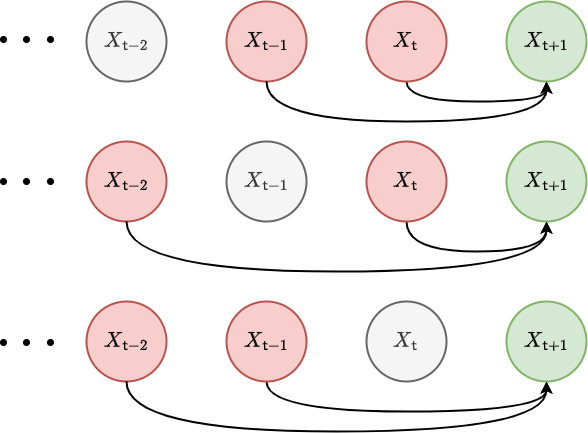
The draw.io diagram images/chapter-2-second-temporal-correlation.drawio.png in umbralcalc/worlds-of-observation, before a commit. Source tidied: cells renumbered, new cells last; positions are measured from the earlier drawing's top-left corner, leaving out a move shared by most shapes.
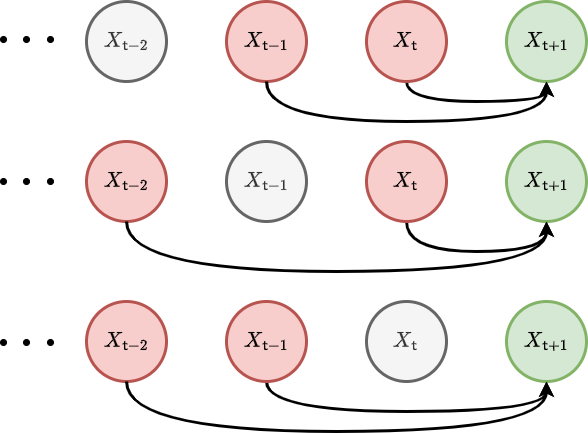
Above is the later version.

Commit message:
more details in online learning software and updated diagrams

The edit, as a diff of the source:
```diff
@@ -2,7 +2,7 @@
   <root>
     <mxCell id="0" />
     <mxCell id="1" parent="0" />
-    <mxCell id="2" style="curved=1;endArrow=classic;html=1;rounded=0;edgeStyle=orthogonalEdgeStyle;strokeWidth=2;exitX=0.5;exitY=1;exitDx=0;exitDy=0;" parent="1" edge="1" source="5">
+    <mxCell id="2" style="curved=1;endArrow=classic;html=1;rounded=0;edgeStyle=orthogonalEdgeStyle;strokeWidth=3;exitX=0.5;exitY=1;exitDx=0;exitDy=0;" parent="1" edge="1" source="5">
       <mxGeometry relative="1" as="geometry">
         <mxPoint x="546" y="80" as="targetPoint" />
         <Array as="points">
@@ -11,19 +11,19 @@
         </Array>
       </mxGeometry>
     </mxCell>
-    <mxCell id="3" value="&lt;font style=&quot;font-size: 18px;&quot;&gt;$$X_{{\sf t}-2}$$&lt;/font&gt;" style="ellipse;whiteSpace=wrap;html=1;strokeWidth=2;fillColor=#f5f5f5;fontColor=#333333;strokeColor=#666666;" parent="1" vertex="1">
+    <mxCell id="3" value="&lt;font style=&quot;font-size: 18px;&quot;&gt;$$X_{{\sf t}-2}$$&lt;/font&gt;" style="ellipse;whiteSpace=wrap;html=1;strokeWidth=3;fillColor=#f5f5f5;fontColor=#333333;strokeColor=#666666;" parent="1" vertex="1">
       <mxGeometry x="86" width="80" height="80" as="geometry" />
     </mxCell>
-    <mxCell id="4" value="&lt;font style=&quot;font-size: 18px;&quot;&gt;$$X_{{\sf t}-1}$$&lt;/font&gt;" style="ellipse;whiteSpace=wrap;html=1;strokeWidth=2;fillColor=#f8cecc;strokeColor=#b85450;" parent="1" vertex="1">
+    <mxCell id="4" value="&lt;font style=&quot;font-size: 18px;&quot;&gt;$$X_{{\sf t}-1}$$&lt;/font&gt;" style="ellipse;whiteSpace=wrap;html=1;strokeWidth=3;fillColor=#f8cecc;strokeColor=#b85450;" parent="1" vertex="1">
       <mxGeometry x="226" width="80" height="80" as="geometry" />
     </mxCell>
-    <mxCell id="5" value="&lt;font style=&quot;font-size: 18px;&quot;&gt;$$X_{{\sf t}}$$&lt;/font&gt;" style="ellipse;whiteSpace=wrap;html=1;strokeWidth=2;fillColor=#f8cecc;strokeColor=#b85450;" parent="1" vertex="1">
+    <mxCell id="5" value="&lt;font style=&quot;font-size: 18px;&quot;&gt;$$X_{{\sf t}}$$&lt;/font&gt;" style="ellipse;whiteSpace=wrap;html=1;strokeWidth=3;fillColor=#f8cecc;strokeColor=#b85450;" parent="1" vertex="1">
       <mxGeometry x="366" width="80" height="80" as="geometry" />
     </mxCell>
-    <mxCell id="6" value="&lt;font style=&quot;font-size: 18px;&quot;&gt;$$X_{{\sf t}+1}$$&lt;/font&gt;" style="ellipse;whiteSpace=wrap;html=1;strokeWidth=2;fillColor=#d5e8d4;strokeColor=#82b366;" parent="1" vertex="1">
+    <mxCell id="6" value="&lt;font style=&quot;font-size: 18px;&quot;&gt;$$X_{{\sf t}+1}$$&lt;/font&gt;" style="ellipse;whiteSpace=wrap;html=1;strokeWidth=3;fillColor=#d5e8d4;strokeColor=#82b366;" parent="1" vertex="1">
       <mxGeometry x="506" width="80" height="80" as="geometry" />
     </mxCell>
-    <mxCell id="7" style="curved=1;endArrow=classic;html=1;rounded=0;edgeStyle=orthogonalEdgeStyle;strokeWidth=2;exitX=0.5;exitY=1;exitDx=0;exitDy=0;" parent="1" edge="1" source="4">
+    <mxCell id="7" style="curved=1;endArrow=classic;html=1;rounded=0;edgeStyle=orthogonalEdgeStyle;strokeWidth=3;exitX=0.5;exitY=1;exitDx=0;exitDy=0;" parent="1" edge="1" source="4">
       <mxGeometry relative="1" as="geometry">
         <mxPoint x="546" y="80" as="targetPoint" />
         <Array as="points">
@@ -32,7 +32,7 @@
         </Array>
       </mxGeometry>
     </mxCell>
-    <mxCell id="8" style="curved=1;endArrow=classic;html=1;rounded=0;edgeStyle=orthogonalEdgeStyle;strokeWidth=2;exitX=0.5;exitY=1;exitDx=0;exitDy=0;" parent="1" edge="1" source="11">
+    <mxCell id="8" style="curved=1;endArrow=classic;html=1;rounded=0;edgeStyle=orthogonalEdgeStyle;strokeWidth=3;exitX=0.5;exitY=1;exitDx=0;exitDy=0;" parent="1" edge="1" source="11">
       <mxGeometry relative="1" as="geometry">
         <mxPoint x="546" y="220" as="targetPoint" />
         <Array as="points">
@@ -41,19 +41,19 @@
         </Array>
       </mxGeometry>
     </mxCell>
-    <mxCell id="9" value="&lt;font style=&quot;font-size: 18px;&quot;&gt;$$X_{{\sf t}-2}$$&lt;/font&gt;" style="ellipse;whiteSpace=wrap;html=1;strokeWidth=2;fillColor=#f8cecc;strokeColor=#b85450;" parent="1" vertex="1">
+    <mxCell id="9" value="&lt;font style=&quot;font-size: 18px;&quot;&gt;$$X_{{\sf t}-2}$$&lt;/font&gt;" style="ellipse;whiteSpace=wrap;html=1;strokeWidth=3;fillColor=#f8cecc;strokeColor=#b85450;" parent="1" vertex="1">
       <mxGeometry x="86" y="140" width="80" height="80" as="geometry" />
     </mxCell>
-    <mxCell id="10" value="&lt;font style=&quot;font-size: 18px;&quot;&gt;$$X_{{\sf t}-1}$$&lt;/font&gt;" style="ellipse;whiteSpace=wrap;html=1;strokeWidth=2;fillColor=#f5f5f5;strokeColor=#666666;fontColor=#333333;" parent="1" vertex="1">
+    <mxCell id="10" value="&lt;font style=&quot;font-size: 18px;&quot;&gt;$$X_{{\sf t}-1}$$&lt;/font&gt;" style="ellipse;whiteSpace=wrap;html=1;strokeWidth=3;fillColor=#f5f5f5;strokeColor=#666666;fontColor=#333333;" parent="1" vertex="1">
       <mxGeometry x="226" y="140" width="80" height="80" as="geometry" />
     </mxCell>
-    <mxCell id="11" value="&lt;font style=&quot;font-size: 18px;&quot;&gt;$$X_{{\sf t}}$$&lt;/font&gt;" style="ellipse;whiteSpace=wrap;html=1;strokeWidth=2;fillColor=#f8cecc;strokeColor=#b85450;" parent="1" vertex="1">
+    <mxCell id="11" value="&lt;font style=&quot;font-size: 18px;&quot;&gt;$$X_{{\sf t}}$$&lt;/font&gt;" style="ellipse;whiteSpace=wrap;html=1;strokeWidth=3;fillColor=#f8cecc;strokeColor=#b85450;" parent="1" vertex="1">
       <mxGeometry x="366" y="140" width="80" height="80" as="geometry" />
     </mxCell>
-    <mxCell id="12" value="&lt;font style=&quot;font-size: 18px;&quot;&gt;$$X_{{\sf t}+1}$$&lt;/font&gt;" style="ellipse;whiteSpace=wrap;html=1;strokeWidth=2;fillColor=#d5e8d4;strokeColor=#82b366;" parent="1" vertex="1">
+    <mxCell id="12" value="&lt;font style=&quot;font-size: 18px;&quot;&gt;$$X_{{\sf t}+1}$$&lt;/font&gt;" style="ellipse;whiteSpace=wrap;html=1;strokeWidth=3;fillColor=#d5e8d4;strokeColor=#82b366;" parent="1" vertex="1">
       <mxGeometry x="506" y="140" width="80" height="80" as="geometry" />
     </mxCell>
-    <mxCell id="13" style="curved=1;endArrow=classic;html=1;rounded=0;edgeStyle=orthogonalEdgeStyle;strokeWidth=2;exitX=0.5;exitY=1;exitDx=0;exitDy=0;" parent="1" edge="1" source="9">
+    <mxCell id="13" style="curved=1;endArrow=classic;html=1;rounded=0;edgeStyle=orthogonalEdgeStyle;strokeWidth=3;exitX=0.5;exitY=1;exitDx=0;exitDy=0;" parent="1" edge="1" source="9">
       <mxGeometry relative="1" as="geometry">
         <mxPoint x="546" y="220" as="targetPoint" />
         <Array as="points">
@@ -62,7 +62,7 @@
         </Array>
       </mxGeometry>
     </mxCell>
-    <mxCell id="14" style="curved=1;endArrow=classic;html=1;rounded=0;edgeStyle=orthogonalEdgeStyle;strokeWidth=2;exitX=0.5;exitY=1;exitDx=0;exitDy=0;" parent="1" edge="1" source="16">
+    <mxCell id="14" style="curved=1;endArrow=classic;html=1;rounded=0;edgeStyle=orthogonalEdgeStyle;strokeWidth=3;exitX=0.5;exitY=1;exitDx=0;exitDy=0;" parent="1" edge="1" source="16">
       <mxGeometry relative="1" as="geometry">
         <mxPoint x="546" y="380" as="targetPoint" />
         <Array as="points">
@@ -71,19 +71,19 @@
         </Array>
       </mxGeometry>
     </mxCell>
-    <mxCell id="15" value="&lt;font style=&quot;font-size: 18px;&quot;&gt;$$X_{{\sf t}-2}$$&lt;/font&gt;" style="ellipse;whiteSpace=wrap;html=1;strokeWidth=2;fillColor=#f8cecc;strokeColor=#b85450;" parent="1" vertex="1">
+    <mxCell id="15" value="&lt;font style=&quot;font-size: 18px;&quot;&gt;$$X_{{\sf t}-2}$$&lt;/font&gt;" style="ellipse;whiteSpace=wrap;html=1;strokeWidth=3;fillColor=#f8cecc;strokeColor=#b85450;" parent="1" vertex="1">
       <mxGeometry x="86" y="300" width="80" height="80" as="geometry" />
     </mxCell>
-    <mxCell id="16" value="&lt;font style=&quot;font-size: 18px;&quot;&gt;$$X_{{\sf t}-1}$$&lt;/font&gt;" style="ellipse;whiteSpace=wrap;html=1;strokeWidth=2;fillColor=#f8cecc;strokeColor=#b85450;" parent="1" vertex="1">
+    <mxCell id="16" value="&lt;font style=&quot;font-size: 18px;&quot;&gt;$$X_{{\sf t}-1}$$&lt;/font&gt;" style="ellipse;whiteSpace=wrap;html=1;strokeWidth=3;fillColor=#f8cecc;strokeColor=#b85450;" parent="1" vertex="1">
       <mxGeometry x="226" y="300" width="80" height="80" as="geometry" />
     </mxCell>
-    <mxCell id="17" value="&lt;font style=&quot;font-size: 18px;&quot;&gt;$$X_{{\sf t}}$$&lt;/font&gt;" style="ellipse;whiteSpace=wrap;html=1;strokeWidth=2;fillColor=#f5f5f5;strokeColor=#666666;fontColor=#333333;" parent="1" vertex="1">
+    <mxCell id="17" value="&lt;font style=&quot;font-size: 18px;&quot;&gt;$$X_{{\sf t}}$$&lt;/font&gt;" style="ellipse;whiteSpace=wrap;html=1;strokeWidth=3;fillColor=#f5f5f5;strokeColor=#666666;fontColor=#333333;" parent="1" vertex="1">
       <mxGeometry x="366" y="300" width="80" height="80" as="geometry" />
     </mxCell>
-    <mxCell id="18" value="&lt;font style=&quot;font-size: 18px;&quot;&gt;$$X_{{\sf t}+1}$$&lt;/font&gt;" style="ellipse;whiteSpace=wrap;html=1;strokeWidth=2;fillColor=#d5e8d4;strokeColor=#82b366;" parent="1" vertex="1">
+    <mxCell id="18" value="&lt;font style=&quot;font-size: 18px;&quot;&gt;$$X_{{\sf t}+1}$$&lt;/font&gt;" style="ellipse;whiteSpace=wrap;html=1;strokeWidth=3;fillColor=#d5e8d4;strokeColor=#82b366;" parent="1" vertex="1">
       <mxGeometry x="506" y="300" width="80" height="80" as="geometry" />
     </mxCell>
-    <mxCell id="19" style="curved=1;endArrow=classic;html=1;rounded=0;edgeStyle=orthogonalEdgeStyle;strokeWidth=2;exitX=0.5;exitY=1;exitDx=0;exitDy=0;" parent="1" edge="1" source="15">
+    <mxCell id="19" style="curved=1;endArrow=classic;html=1;rounded=0;edgeStyle=orthogonalEdgeStyle;strokeWidth=3;exitX=0.5;exitY=1;exitDx=0;exitDy=0;" parent="1" edge="1" source="15">
       <mxGeometry relative="1" as="geometry">
         <mxPoint x="546" y="380" as="targetPoint" />
         <Array as="points">
```
